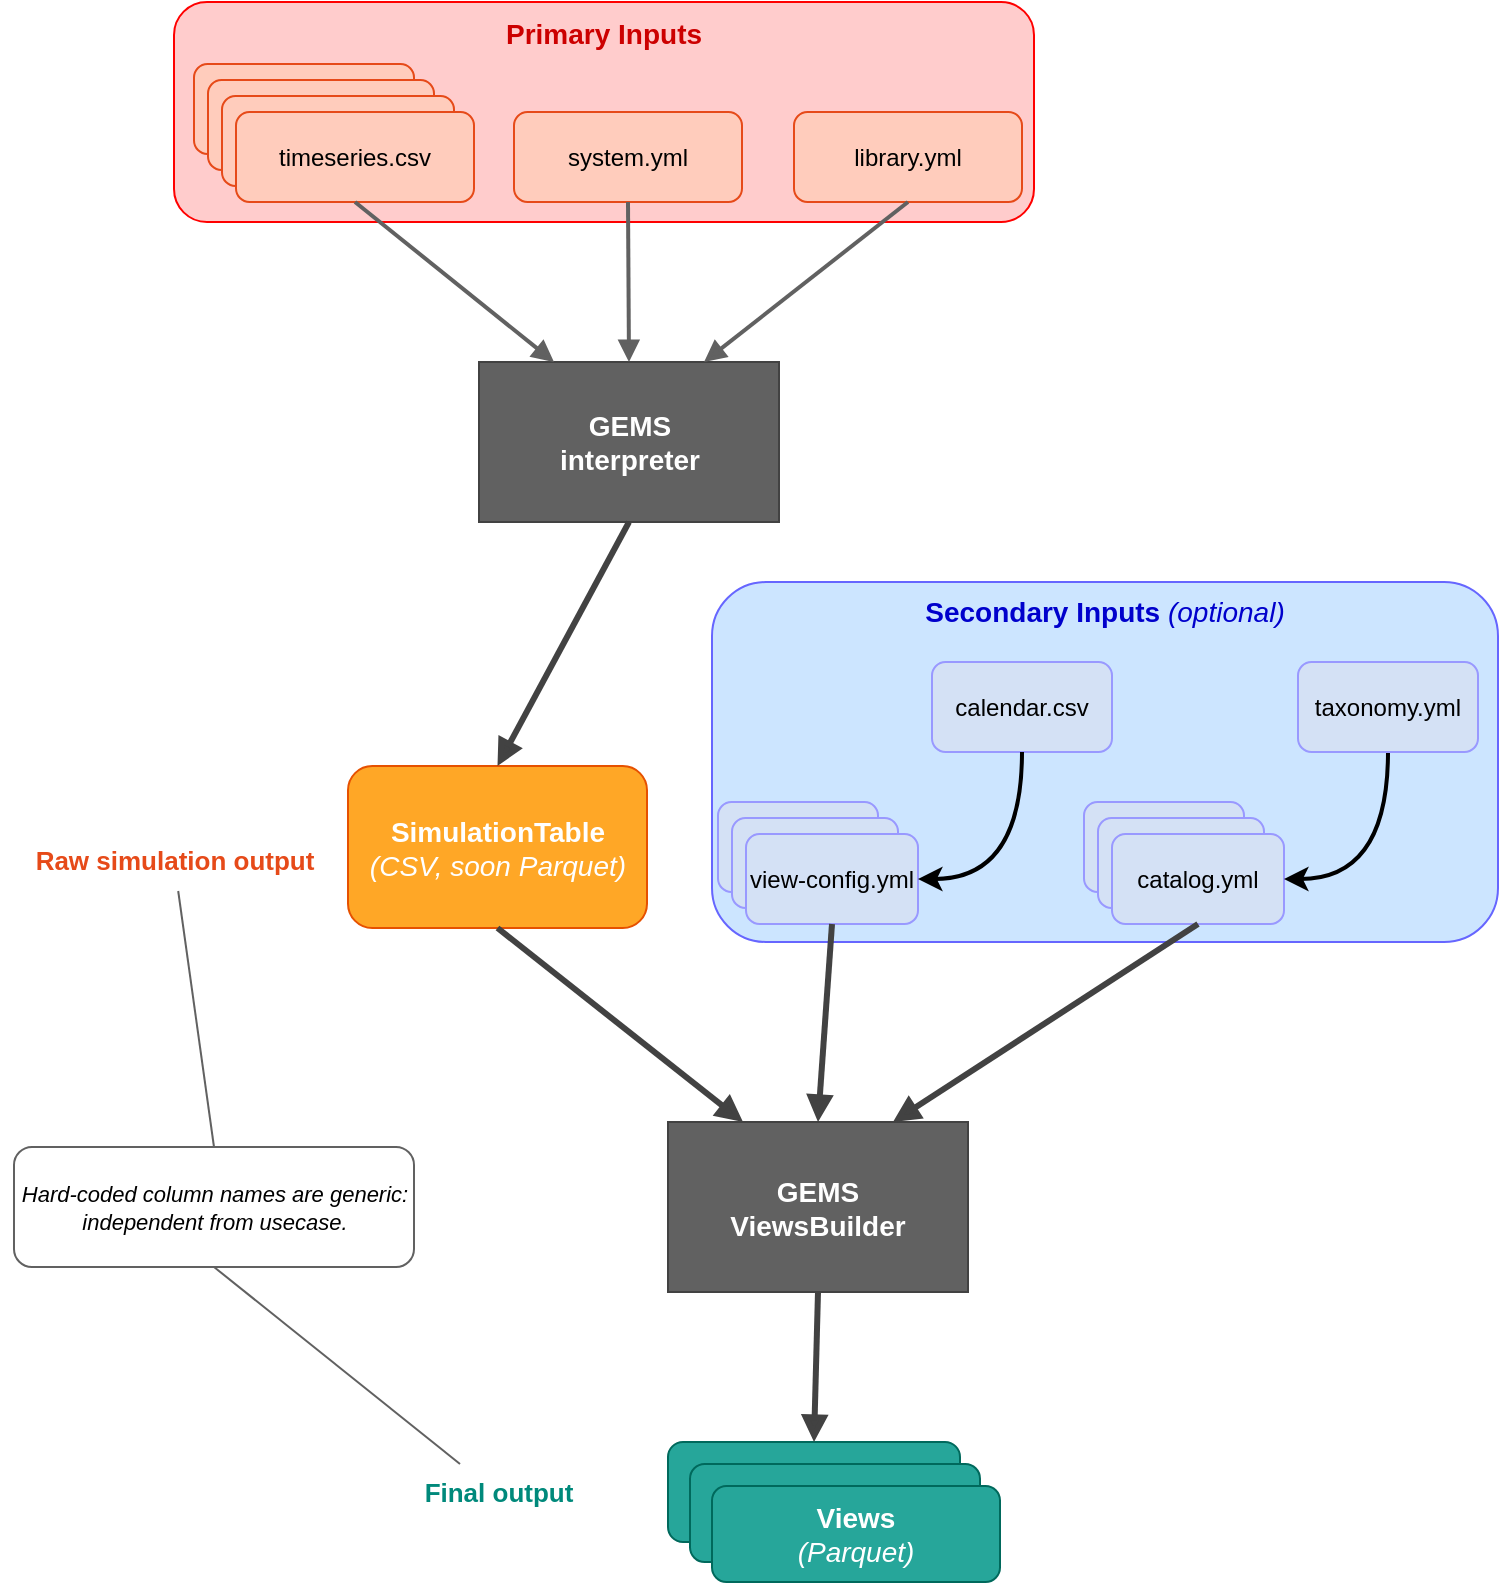
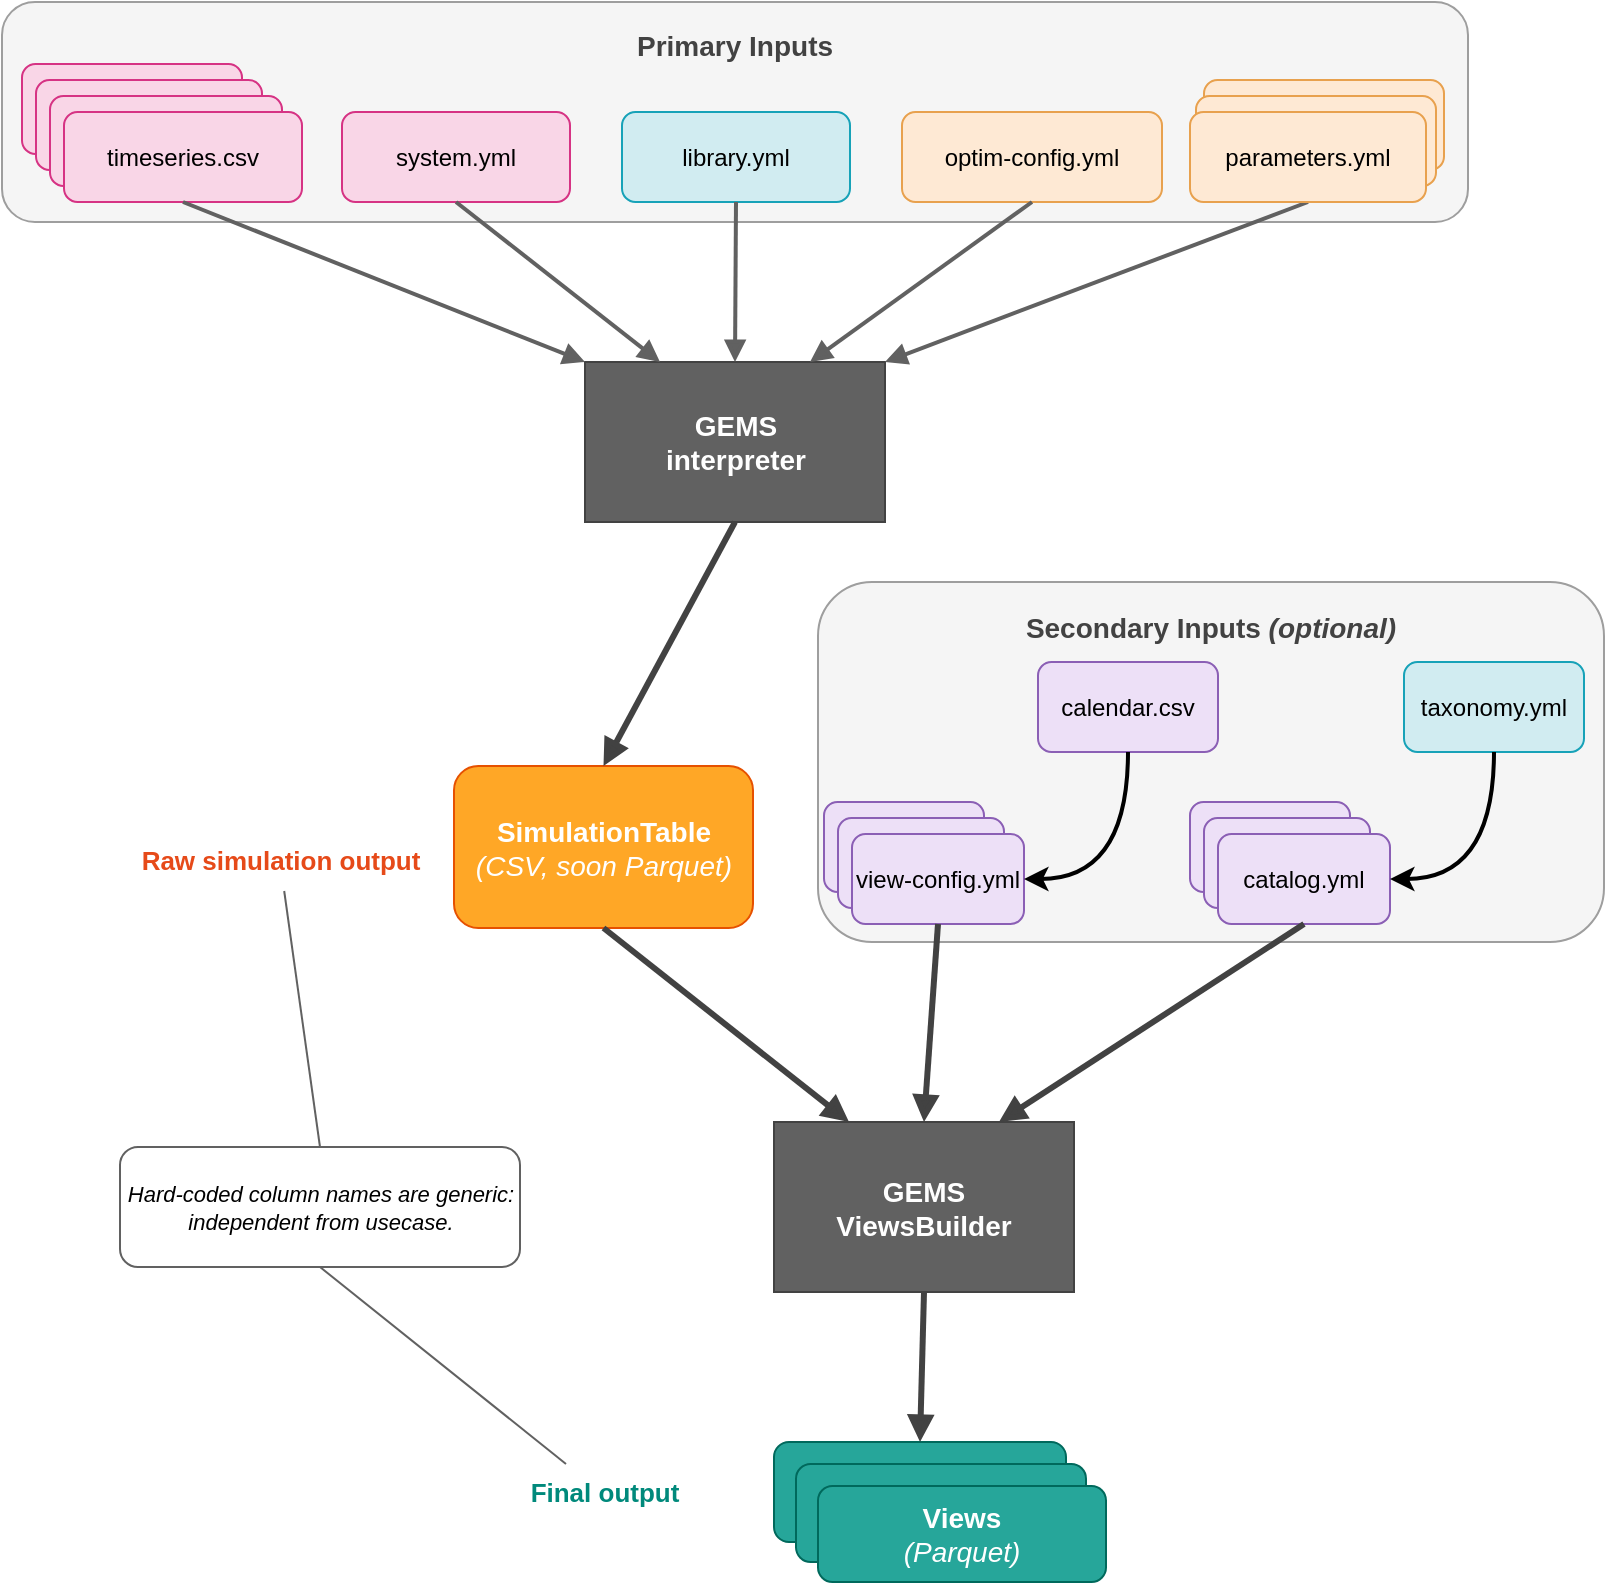
<mxfile host="Electron" agent="Claude Code">
  <diagram name="Architectural overview" id="arch-overview-gems">
-     <mxGraphModel dx="3466" dy="1030" grid="1" gridSize="10" guides="1" tooltips="1" connect="1" arrows="1" fold="1" page="1" pageScale="1" pageWidth="1400" pageHeight="800" math="0" shadow="0">
+     <mxGraphModel dx="3053" dy="824" grid="1" gridSize="10" guides="1" tooltips="1" connect="1" arrows="1" fold="1" page="1" pageScale="1" pageWidth="1400" pageHeight="800" math="0" shadow="0">
      <root>
        <mxCell id="0" />
        <mxCell id="1" parent="0" />
-         <mxCell id="gbAz3rpjYlRnFUXGkTuU-15" parent="1" style="rounded=1;whiteSpace=wrap;html=1;strokeColor=#FF0000;fillColor=#FFCCCC;" value="&lt;div&gt;&lt;b style=&quot;font-size: 14px; white-space: nowrap;&quot;&gt;&lt;font style=&quot;color: rgb(204, 0, 0);&quot;&gt;&lt;b style=&quot;&quot;&gt;Primary Inputs&lt;/b&gt;&lt;/font&gt;&lt;/b&gt;&lt;/div&gt;&lt;div&gt;&lt;br&gt;&lt;/div&gt;&lt;div&gt;&lt;br&gt;&lt;/div&gt;&lt;div&gt;&lt;b style=&quot;font-size: 14px; white-space: nowrap;&quot;&gt;&lt;font style=&quot;color: rgb(204, 0, 0);&quot;&gt;&lt;b style=&quot;&quot;&gt;&lt;br&gt;&lt;/b&gt;&lt;/font&gt;&lt;/b&gt;&lt;/div&gt;&lt;div&gt;&lt;b style=&quot;font-size: 14px; white-space: nowrap;&quot;&gt;&lt;font style=&quot;color: rgb(204, 0, 0);&quot;&gt;&lt;b style=&quot;&quot;&gt;&lt;br&gt;&lt;/b&gt;&lt;/font&gt;&lt;/b&gt;&lt;/div&gt;&lt;div&gt;&lt;b style=&quot;color: rgb(230, 74, 25); font-size: 14px; white-space: nowrap;&quot;&gt;&lt;font style=&quot;color: rgb(153, 153, 255);&quot;&gt;&lt;b style=&quot;color: rgb(230, 74, 25);&quot;&gt;&lt;br&gt;&lt;/b&gt;&lt;/font&gt;&lt;/b&gt;&lt;/div&gt;" vertex="1">
-           <mxGeometry height="110" width="430" x="-413" y="110" as="geometry" />
+         <mxCell id="gbAz3rpjYlRnFUXGkTuU-15" parent="1" style="rounded=1;whiteSpace=wrap;html=1;strokeColor=#9E9E9E;fillColor=#F5F5F5;fontColor=#424242;" value="&lt;b style=&quot;font-size: 14px;&quot;&gt;Primary Inputs&lt;/b&gt;&lt;div&gt;&lt;b style=&quot;font-size: 14px;&quot;&gt;&lt;br&gt;&lt;/b&gt;&lt;/div&gt;&lt;div&gt;&lt;b style=&quot;font-size: 14px;&quot;&gt;&lt;br&gt;&lt;/b&gt;&lt;/div&gt;&lt;div&gt;&lt;b style=&quot;font-size: 14px;&quot;&gt;&lt;br&gt;&lt;/b&gt;&lt;/div&gt;&lt;div&gt;&lt;b style=&quot;font-size: 14px;&quot;&gt;&lt;br&gt;&lt;/b&gt;&lt;/div&gt;" vertex="1">
+           <mxGeometry height="110" width="733" x="-552" y="110" as="geometry" />
        </mxCell>
-         <mxCell id="gbAz3rpjYlRnFUXGkTuU-14" parent="1" style="rounded=1;whiteSpace=wrap;html=1;strokeColor=#6666FF;fillColor=#CCE5FF;" value="&lt;span style=&quot;font-size: 14px; white-space: nowrap;&quot;&gt;&lt;font style=&quot;color: rgb(0, 0, 204);&quot;&gt;&lt;b&gt;Secondary Inputs &lt;/b&gt;&lt;i style=&quot;&quot;&gt;(optional)&lt;/i&gt;&lt;/font&gt;&lt;/span&gt;&lt;div&gt;&lt;b style=&quot;font-size: 14px; white-space: nowrap;&quot;&gt;&lt;font style=&quot;color: rgb(0, 0, 204);&quot;&gt;&lt;br&gt;&lt;/font&gt;&lt;/b&gt;&lt;/div&gt;&lt;div&gt;&lt;b style=&quot;font-size: 14px; white-space: nowrap;&quot;&gt;&lt;font style=&quot;color: rgb(0, 0, 204);&quot;&gt;&lt;br&gt;&lt;/font&gt;&lt;/b&gt;&lt;/div&gt;&lt;div&gt;&lt;b style=&quot;font-size: 14px; white-space: nowrap;&quot;&gt;&lt;font style=&quot;color: rgb(0, 0, 204);&quot;&gt;&lt;br&gt;&lt;/font&gt;&lt;/b&gt;&lt;/div&gt;&lt;div&gt;&lt;b style=&quot;font-size: 14px; white-space: nowrap;&quot;&gt;&lt;font style=&quot;color: rgb(0, 0, 204);&quot;&gt;&lt;br&gt;&lt;/font&gt;&lt;/b&gt;&lt;/div&gt;&lt;div&gt;&lt;b style=&quot;font-size: 14px; white-space: nowrap;&quot;&gt;&lt;font style=&quot;color: rgb(0, 0, 204);&quot;&gt;&lt;br&gt;&lt;/font&gt;&lt;/b&gt;&lt;/div&gt;&lt;div&gt;&lt;b style=&quot;font-size: 14px; white-space: nowrap;&quot;&gt;&lt;font style=&quot;color: rgb(0, 0, 204);&quot;&gt;&lt;br&gt;&lt;/font&gt;&lt;/b&gt;&lt;/div&gt;&lt;div&gt;&lt;b style=&quot;font-size: 14px; white-space: nowrap;&quot;&gt;&lt;font style=&quot;color: rgb(0, 0, 204);&quot;&gt;&lt;br&gt;&lt;/font&gt;&lt;/b&gt;&lt;/div&gt;&lt;div&gt;&lt;b style=&quot;font-size: 14px; white-space: nowrap;&quot;&gt;&lt;font style=&quot;color: rgb(0, 0, 204);&quot;&gt;&lt;br&gt;&lt;/font&gt;&lt;/b&gt;&lt;/div&gt;&lt;div&gt;&lt;b style=&quot;color: rgb(230, 74, 25); font-size: 14px; white-space: nowrap;&quot;&gt;&lt;font style=&quot;color: rgb(153, 153, 255);&quot;&gt;&lt;br&gt;&lt;/font&gt;&lt;/b&gt;&lt;/div&gt;" vertex="1">
+         <mxCell id="gbAz3rpjYlRnFUXGkTuU-14" parent="1" style="rounded=1;whiteSpace=wrap;html=1;strokeColor=#9E9E9E;fillColor=#F5F5F5;fontColor=#424242;" value="&lt;b style=&quot;font-size: 14px;&quot;&gt;Secondary Inputs &lt;i&gt;(optional)&lt;/i&gt;&lt;/b&gt;&lt;div&gt;&lt;b style=&quot;font-size: 14px;&quot;&gt;&lt;i&gt;&lt;br&gt;&lt;/i&gt;&lt;/b&gt;&lt;/div&gt;&lt;div&gt;&lt;b style=&quot;font-size: 14px;&quot;&gt;&lt;i&gt;&lt;br&gt;&lt;/i&gt;&lt;/b&gt;&lt;/div&gt;&lt;div&gt;&lt;b style=&quot;font-size: 14px;&quot;&gt;&lt;i&gt;&lt;br&gt;&lt;/i&gt;&lt;/b&gt;&lt;/div&gt;&lt;div&gt;&lt;b style=&quot;font-size: 14px;&quot;&gt;&lt;i&gt;&lt;br&gt;&lt;/i&gt;&lt;/b&gt;&lt;/div&gt;&lt;div&gt;&lt;b style=&quot;font-size: 14px;&quot;&gt;&lt;i&gt;&lt;br&gt;&lt;/i&gt;&lt;/b&gt;&lt;/div&gt;&lt;div&gt;&lt;b style=&quot;font-size: 14px;&quot;&gt;&lt;i&gt;&lt;br&gt;&lt;/i&gt;&lt;/b&gt;&lt;/div&gt;&lt;div&gt;&lt;b style=&quot;font-size: 14px;&quot;&gt;&lt;i&gt;&lt;br&gt;&lt;/i&gt;&lt;/b&gt;&lt;/div&gt;&lt;div&gt;&lt;b style=&quot;font-size: 14px;&quot;&gt;&lt;i&gt;&lt;br&gt;&lt;/i&gt;&lt;/b&gt;&lt;/div&gt;" vertex="1">
          <mxGeometry height="180" width="393" x="-144" y="400" as="geometry" />
        </mxCell>
        <mxCell id="note-box" parent="1" style="text;html=1;strokeColor=#616161;fillColor=#FFFFFF;align=center;verticalAlign=middle;rounded=1;fontSize=11;" value="&lt;i&gt;Hard-coded column names are generic:&lt;br&gt;independent from usecase.&lt;/i&gt;" vertex="1">
          <mxGeometry height="60" width="200" x="-493" y="682.5" as="geometry" />
        </mxCell>
        <mxCell id="note-line-raw" edge="1" parent="1" source="note-box" style="endArrow=none;html=1;strokeColor=#616161;strokeWidth=1;exitX=0.5;exitY=0;exitDx=0;exitDy=0;" target="raw-sim-label" value="">
          <mxGeometry relative="1" as="geometry" />
        </mxCell>
        <mxCell id="note-line-final" edge="1" parent="1" source="note-box" style="endArrow=none;html=1;strokeColor=#616161;strokeWidth=1;exitX=0.5;exitY=1;exitDx=0;exitDy=0;" target="final-output-label" value="">
          <mxGeometry relative="1" as="geometry" />
        </mxCell>
        <mxCell id="raw-sim-label" parent="1" style="text;html=1;strokeColor=none;fillColor=none;align=center;fontSize=13;fontColor=#E64A19;" value="&lt;b&gt;Raw simulation output&lt;/b&gt;" vertex="1">
          <mxGeometry height="30" width="174" x="-500" y="524.5" as="geometry" />
        </mxCell>
        <mxCell id="final-output-label" parent="1" style="text;html=1;strokeColor=none;fillColor=none;align=center;fontSize=13;fontColor=#00897B;" value="&lt;b&gt;Final output&lt;/b&gt;" vertex="1">
          <mxGeometry height="30" width="160" x="-331.25" y="841" as="geometry" />
        </mxCell>
-         <mxCell id="library-yml" parent="1" style="rounded=1;whiteSpace=wrap;html=1;fillColor=#FFCCBC;strokeColor=#E64A19;fontStyle=0;fontSize=12;" value="library.yml" vertex="1">
-           <mxGeometry height="45" width="114" x="-103" y="165" as="geometry" />
+         <mxCell id="library-yml" parent="1" style="rounded=1;whiteSpace=wrap;html=1;fillColor=#D1ECF1;strokeColor=#17A2B8;fontStyle=0;fontSize=12;" value="library.yml" vertex="1">
+           <mxGeometry height="45" width="114" x="-242" y="165" as="geometry" />
        </mxCell>
-         <mxCell id="system-yml" parent="1" style="rounded=1;whiteSpace=wrap;html=1;fillColor=#FFCCBC;strokeColor=#E64A19;fontStyle=0;fontSize=12;" value="system.yml" vertex="1">
-           <mxGeometry height="45" width="114" x="-243" y="165" as="geometry" />
+         <mxCell id="system-yml" parent="1" style="rounded=1;whiteSpace=wrap;html=1;fillColor=#F9D6E7;strokeColor=#D63384;fontStyle=0;fontSize=12;" value="system.yml" vertex="1">
+           <mxGeometry height="45" width="114" x="-382" y="165" as="geometry" />
        </mxCell>
-         <mxCell id="ts-s3" parent="1" style="rounded=1;whiteSpace=wrap;html=1;fillColor=#FFCCBC;strokeColor=#E64A19;" value="" vertex="1">
-           <mxGeometry height="45" width="110" x="-403" y="141" as="geometry" />
+         <mxCell id="ts-s3" parent="1" style="rounded=1;whiteSpace=wrap;html=1;fillColor=#F9D6E7;strokeColor=#D63384;" value="" vertex="1">
+           <mxGeometry height="45" width="110" x="-542" y="141" as="geometry" />
        </mxCell>
-         <mxCell id="ts-s2" parent="1" style="rounded=1;whiteSpace=wrap;html=1;fillColor=#FFCCBC;strokeColor=#E64A19;" value="" vertex="1">
-           <mxGeometry height="45" width="113" x="-396" y="149" as="geometry" />
+         <mxCell id="ts-s2" parent="1" style="rounded=1;whiteSpace=wrap;html=1;fillColor=#F9D6E7;strokeColor=#D63384;" value="" vertex="1">
+           <mxGeometry height="45" width="113" x="-535" y="149" as="geometry" />
        </mxCell>
-         <mxCell id="ts-s1" parent="1" style="rounded=1;whiteSpace=wrap;html=1;fillColor=#FFCCBC;strokeColor=#E64A19;" value="" vertex="1">
-           <mxGeometry height="45" width="116" x="-389" y="157" as="geometry" />
+         <mxCell id="ts-s1" parent="1" style="rounded=1;whiteSpace=wrap;html=1;fillColor=#F9D6E7;strokeColor=#D63384;" value="" vertex="1">
+           <mxGeometry height="45" width="116" x="-528" y="157" as="geometry" />
        </mxCell>
-         <mxCell id="ts-front" parent="1" style="rounded=1;whiteSpace=wrap;html=1;fillColor=#FFCCBC;strokeColor=#E64A19;fontStyle=0;fontSize=12;" value="timeseries.csv" vertex="1">
-           <mxGeometry height="45" width="119" x="-382" y="165" as="geometry" />
+         <mxCell id="ts-front" parent="1" style="rounded=1;whiteSpace=wrap;html=1;fillColor=#F9D6E7;strokeColor=#D63384;fontStyle=0;fontSize=12;" value="timeseries.csv" vertex="1">
+           <mxGeometry height="45" width="119" x="-521" y="165" as="geometry" />
        </mxCell>
-         <mxCell id="cat-s2" parent="1" style="rounded=1;whiteSpace=wrap;html=1;fillColor=#D4E1F5;strokeColor=#9999FF;" value="" vertex="1">
+         <mxCell id="optim-config-yml" parent="1" style="rounded=1;whiteSpace=wrap;html=1;fillColor=#FEE9D4;strokeColor=#E8A14E;fontStyle=0;fontSize=12;" value="optim-config.yml" vertex="1">
+           <mxGeometry height="45" width="130" x="-102" y="165" as="geometry" />
+         </mxCell>
+         <mxCell id="cat-s2" parent="1" style="rounded=1;whiteSpace=wrap;html=1;fillColor=#EDE0F7;strokeColor=#8B5FB5;" value="" vertex="1">
          <mxGeometry height="45" width="80" x="42" y="510" as="geometry" />
        </mxCell>
-         <mxCell id="cat-s1" parent="1" style="rounded=1;whiteSpace=wrap;html=1;fillColor=#D4E1F5;strokeColor=#9999FF;" value="" vertex="1">
+         <mxCell id="cat-s1" parent="1" style="rounded=1;whiteSpace=wrap;html=1;fillColor=#EDE0F7;strokeColor=#8B5FB5;" value="" vertex="1">
          <mxGeometry height="45" width="83" x="49" y="518" as="geometry" />
        </mxCell>
-         <mxCell id="cat-front" parent="1" style="rounded=1;whiteSpace=wrap;html=1;fillColor=#D4E1F5;strokeColor=#9999FF;fontStyle=0;fontSize=12;" value="catalog.yml" vertex="1">
+         <mxCell id="cat-front" parent="1" style="rounded=1;whiteSpace=wrap;html=1;fillColor=#EDE0F7;strokeColor=#8B5FB5;fontStyle=0;fontSize=12;" value="catalog.yml" vertex="1">
          <mxGeometry height="45" width="86" x="56" y="526" as="geometry" />
        </mxCell>
-         <mxCell id="vc-s2" parent="1" style="rounded=1;whiteSpace=wrap;html=1;fillColor=#D4E1F5;strokeColor=#9999FF;" value="" vertex="1">
+         <mxCell id="vc-s2" parent="1" style="rounded=1;whiteSpace=wrap;html=1;fillColor=#EDE0F7;strokeColor=#8B5FB5;" value="" vertex="1">
          <mxGeometry height="45" width="80" x="-141" y="510" as="geometry" />
        </mxCell>
-         <mxCell id="vc-s1" parent="1" style="rounded=1;whiteSpace=wrap;html=1;fillColor=#D4E1F5;strokeColor=#9999FF;" value="" vertex="1">
+         <mxCell id="vc-s1" parent="1" style="rounded=1;whiteSpace=wrap;html=1;fillColor=#EDE0F7;strokeColor=#8B5FB5;" value="" vertex="1">
          <mxGeometry height="45" width="83" x="-134" y="518" as="geometry" />
        </mxCell>
-         <mxCell id="vc-front" parent="1" style="rounded=1;whiteSpace=wrap;html=1;fillColor=#D4E1F5;strokeColor=#9999FF;fontStyle=0;fontSize=12;" value="view-config.yml" vertex="1">
+         <mxCell id="vc-front" parent="1" style="rounded=1;whiteSpace=wrap;html=1;fillColor=#EDE0F7;strokeColor=#8B5FB5;fontStyle=0;fontSize=12;" value="view-config.yml" vertex="1">
          <mxGeometry height="45" width="86" x="-127" y="526" as="geometry" />
        </mxCell>
        <mxCell id="interpreter" parent="1" style="rounded=0;whiteSpace=wrap;html=1;fillColor=#616161;strokeColor=#424242;fontColor=#FFFFFF;fontStyle=1;fontSize=14;verticalAlign=middle;" value="GEMS&lt;br&gt;interpreter" vertex="1">
          <mxGeometry height="80" width="150" x="-260.5" y="290" as="geometry" />
        </mxCell>
        <mxCell id="sim-table" parent="1" style="rounded=1;whiteSpace=wrap;html=1;fillColor=#FFA726;strokeColor=#E65100;fontStyle=0;fontColor=#FFFFFF;fontSize=14;verticalAlign=middle;" value="&lt;b&gt;SimulationTable&lt;/b&gt;&lt;br&gt;&lt;i&gt;(CSV, soon Parquet)&lt;/i&gt;" vertex="1">
          <mxGeometry height="81" width="149.5" x="-326" y="492" as="geometry" />
        </mxCell>
        <mxCell id="viewsbuilder" parent="1" style="rounded=0;whiteSpace=wrap;html=1;fillColor=#616161;strokeColor=#424242;fontColor=#FFFFFF;fontStyle=1;fontSize=14;verticalAlign=middle;" value="GEMS&lt;br&gt;ViewsBuilder" vertex="1">
          <mxGeometry height="85" width="150" x="-166" y="670" as="geometry" />
        </mxCell>
        <mxCell id="views-back2" parent="1" style="rounded=1;whiteSpace=wrap;html=1;fillColor=#26A69A;strokeColor=#00695C;" value="" vertex="1">
          <mxGeometry height="50" width="146" x="-166" y="830" as="geometry" />
        </mxCell>
        <mxCell id="views-back1" parent="1" style="rounded=1;whiteSpace=wrap;html=1;fillColor=#26A69A;strokeColor=#00695C;" value="" vertex="1">
          <mxGeometry height="49" width="145" x="-155" y="841" as="geometry" />
        </mxCell>
        <mxCell id="views-front" parent="1" style="rounded=1;whiteSpace=wrap;html=1;fillColor=#26A69A;strokeColor=#00695C;fontColor=#FFFFFF;fontStyle=1;fontSize=14;verticalAlign=middle;" value="Views&lt;br&gt;&lt;i style=&quot;font-weight: normal;&quot;&gt;(Parquet)&lt;/i&gt;" vertex="1">
          <mxGeometry height="48" width="144" x="-144" y="852" as="geometry" />
        </mxCell>
-         <mxCell id="arrow-lib" edge="1" parent="1" source="library-yml" style="endArrow=block;endFill=1;html=1;strokeColor=#616161;strokeWidth=2;exitX=0.5;exitY=1;exitDx=0;exitDy=0;entryX=0.75;entryY=0;entryDx=0;entryDy=0;" target="interpreter" value="">
+         <mxCell id="gbAz3rpjYlRnFUXGkTuU-1" parent="1" style="rounded=1;whiteSpace=wrap;html=1;fillColor=#D1ECF1;strokeColor=#17A2B8;fontStyle=0;fontSize=12;" value="taxonomy.yml" vertex="1">
+           <mxGeometry height="45" width="90" x="149" y="440" as="geometry" />
+         </mxCell>
+         <mxCell id="gbAz3rpjYlRnFUXGkTuU-12" parent="1" style="rounded=1;whiteSpace=wrap;html=1;fillColor=#EDE0F7;strokeColor=#8B5FB5;fontStyle=0;fontSize=12;" value="calendar.csv" vertex="1">
+           <mxGeometry height="45" width="90" x="-34" y="440" as="geometry" />
+         </mxCell>
+         <mxCell id="arrow-lib" edge="1" parent="1" source="library-yml" style="endArrow=block;endFill=1;html=1;strokeColor=#616161;strokeWidth=2;exitX=0.5;exitY=1;exitDx=0;exitDy=0;entryX=0.5;entryY=0;entryDx=0;entryDy=0;" target="interpreter" value="">
          <mxGeometry relative="1" as="geometry" />
        </mxCell>
-         <mxCell id="arrow-sys" edge="1" parent="1" source="system-yml" style="endArrow=block;endFill=1;html=1;strokeColor=#616161;strokeWidth=2;exitX=0.5;exitY=1;exitDx=0;exitDy=0;entryX=0.5;entryY=0;entryDx=0;entryDy=0;" target="interpreter" value="">
+         <mxCell id="arrow-sys" edge="1" parent="1" source="system-yml" style="endArrow=block;endFill=1;html=1;strokeColor=#616161;strokeWidth=2;exitX=0.5;exitY=1;exitDx=0;exitDy=0;entryX=0.25;entryY=0;entryDx=0;entryDy=0;" target="interpreter" value="">
          <mxGeometry relative="1" as="geometry" />
        </mxCell>
-         <mxCell id="arrow-ts" edge="1" parent="1" source="ts-front" style="endArrow=block;endFill=1;html=1;strokeColor=#616161;strokeWidth=2;exitX=0.5;exitY=1;exitDx=0;exitDy=0;entryX=0.25;entryY=0;entryDx=0;entryDy=0;" target="interpreter" value="">
+         <mxCell id="arrow-ts" edge="1" parent="1" source="ts-front" style="endArrow=block;endFill=1;html=1;strokeColor=#616161;strokeWidth=2;exitX=0.5;exitY=1;exitDx=0;exitDy=0;entryX=0;entryY=0;entryDx=0;entryDy=0;" target="interpreter" value="">
          <mxGeometry relative="1" as="geometry" />
+         </mxCell>
+         <mxCell id="arrow-optim" edge="1" parent="1" source="optim-config-yml" style="endArrow=block;endFill=1;html=1;strokeColor=#616161;strokeWidth=2;entryX=0.75;entryY=0;entryDx=0;entryDy=0;exitX=0.5;exitY=1;exitDx=0;exitDy=0;" target="interpreter" value="">
+           <mxGeometry relative="1" as="geometry">
+             <mxPoint x="102" y="210" as="sourcePoint" />
+           </mxGeometry>
+         </mxCell>
+         <mxCell id="arrow-params" edge="1" parent="1" source="gzI3tG5KVDWjiCQrlsY--4" style="endArrow=block;endFill=1;html=1;strokeColor=#616161;strokeWidth=2;exitX=0.5;exitY=1;exitDx=0;exitDy=0;entryX=1;entryY=0;entryDx=0;entryDy=0;" target="interpreter" value="">
+           <mxGeometry relative="1" as="geometry">
+             <mxPoint x="97" y="210" as="sourcePoint" />
+           </mxGeometry>
        </mxCell>
        <mxCell id="arrow-interp-sim" edge="1" parent="1" source="interpreter" style="endArrow=block;endFill=1;html=1;strokeColor=#424242;strokeWidth=3;exitX=0.5;exitY=1;exitDx=0;exitDy=0;entryX=0.5;entryY=0;entryDx=0;entryDy=0;" target="sim-table" value="">
          <mxGeometry relative="1" as="geometry" />
        </mxCell>
        <mxCell id="arrow-sim-vb" edge="1" parent="1" source="sim-table" style="endArrow=block;endFill=1;html=1;strokeColor=#424242;strokeWidth=3;exitX=0.5;exitY=1;exitDx=0;exitDy=0;entryX=0.25;entryY=0;entryDx=0;entryDy=0;" target="viewsbuilder" value="">
          <mxGeometry relative="1" as="geometry">
            <mxPoint x="-73" y="550" as="targetPoint" />
          </mxGeometry>
        </mxCell>
        <mxCell id="arrow-vb-views" edge="1" parent="1" source="viewsbuilder" style="endArrow=block;endFill=1;html=1;strokeColor=#424242;strokeWidth=3;exitX=0.5;exitY=1;exitDx=0;exitDy=0;entryX=0.5;entryY=0;entryDx=0;entryDy=0;" target="views-back2" value="">
          <mxGeometry relative="1" as="geometry" />
        </mxCell>
        <mxCell id="gbAz3rpjYlRnFUXGkTuU-11" edge="1" parent="1" source="gbAz3rpjYlRnFUXGkTuU-1" style="edgeStyle=orthogonalEdgeStyle;curved=1;rounded=0;orthogonalLoop=1;jettySize=auto;html=1;entryX=1;entryY=0.5;entryDx=0;entryDy=0;exitX=0.5;exitY=1;exitDx=0;exitDy=0;strokeWidth=2;" target="cat-front" value="">
          <mxGeometry relative="1" as="geometry" />
        </mxCell>
-         <mxCell id="gbAz3rpjYlRnFUXGkTuU-1" parent="1" style="rounded=1;whiteSpace=wrap;html=1;fillColor=#D4E1F5;strokeColor=#9999FF;fontStyle=0;fontSize=12;" value="taxonomy.yml" vertex="1">
-           <mxGeometry height="45" width="90" x="149" y="440" as="geometry" />
+         <mxCell id="gzI3tG5KVDWjiCQrlsY--2" parent="1" style="rounded=1;whiteSpace=wrap;html=1;fillColor=#FEE9D4;strokeColor=#E8A14E;" value="" vertex="1">
+           <mxGeometry height="45" width="120" x="49" y="149" as="geometry" />
        </mxCell>
        <mxCell id="gbAz3rpjYlRnFUXGkTuU-3" edge="1" parent="1" source="cat-front" style="endArrow=block;endFill=1;html=1;strokeColor=#424242;strokeWidth=3;exitX=0.5;exitY=1;exitDx=0;exitDy=0;entryX=0.75;entryY=0;entryDx=0;entryDy=0;" target="viewsbuilder" value="">
          <mxGeometry relative="1" as="geometry">
            <mxPoint x="850" y="330" as="sourcePoint" />
            <mxPoint x="70" y="620" as="targetPoint" />
          </mxGeometry>
        </mxCell>
        <mxCell id="gbAz3rpjYlRnFUXGkTuU-4" edge="1" parent="1" source="vc-front" style="endArrow=block;endFill=1;html=1;strokeColor=#424242;strokeWidth=3;exitX=0.5;exitY=1;exitDx=0;exitDy=0;entryX=0.5;entryY=0;entryDx=0;entryDy=0;" target="viewsbuilder" value="">
          <mxGeometry relative="1" as="geometry">
            <mxPoint x="1000" y="459" as="sourcePoint" />
            <mxPoint x="1146" y="450" as="targetPoint" />
          </mxGeometry>
        </mxCell>
-         <mxCell id="gbAz3rpjYlRnFUXGkTuU-12" parent="1" style="rounded=1;whiteSpace=wrap;html=1;fillColor=#D4E1F5;strokeColor=#9999FF;fontStyle=0;fontSize=12;" value="calendar.csv" vertex="1">
-           <mxGeometry height="45" width="90" x="-34" y="440" as="geometry" />
-         </mxCell>
        <mxCell id="gbAz3rpjYlRnFUXGkTuU-13" edge="1" parent="1" source="gbAz3rpjYlRnFUXGkTuU-12" style="edgeStyle=orthogonalEdgeStyle;curved=1;rounded=0;orthogonalLoop=1;jettySize=auto;html=1;entryX=1;entryY=0.5;entryDx=0;entryDy=0;exitX=0.5;exitY=1;exitDx=0;exitDy=0;strokeWidth=2;" target="vc-front" value="">
          <mxGeometry relative="1" as="geometry">
            <mxPoint x="291" y="570" as="sourcePoint" />
            <mxPoint x="239" y="639" as="targetPoint" />
          </mxGeometry>
        </mxCell>
+         <mxCell id="gzI3tG5KVDWjiCQrlsY--3" parent="1" style="rounded=1;whiteSpace=wrap;html=1;fillColor=#FEE9D4;strokeColor=#E8A14E;" value="" vertex="1">
+           <mxGeometry height="45" width="120" x="45" y="157" as="geometry" />
+         </mxCell>
+         <mxCell id="gzI3tG5KVDWjiCQrlsY--4" parent="1" style="rounded=1;whiteSpace=wrap;html=1;fillColor=#FEE9D4;strokeColor=#E8A14E;fontStyle=0;fontSize=12;" value="parameters.yml" vertex="1">
+           <mxGeometry height="45" width="118" x="42" y="165" as="geometry" />
+         </mxCell>
      </root>
    </mxGraphModel>
  </diagram>
</mxfile>
